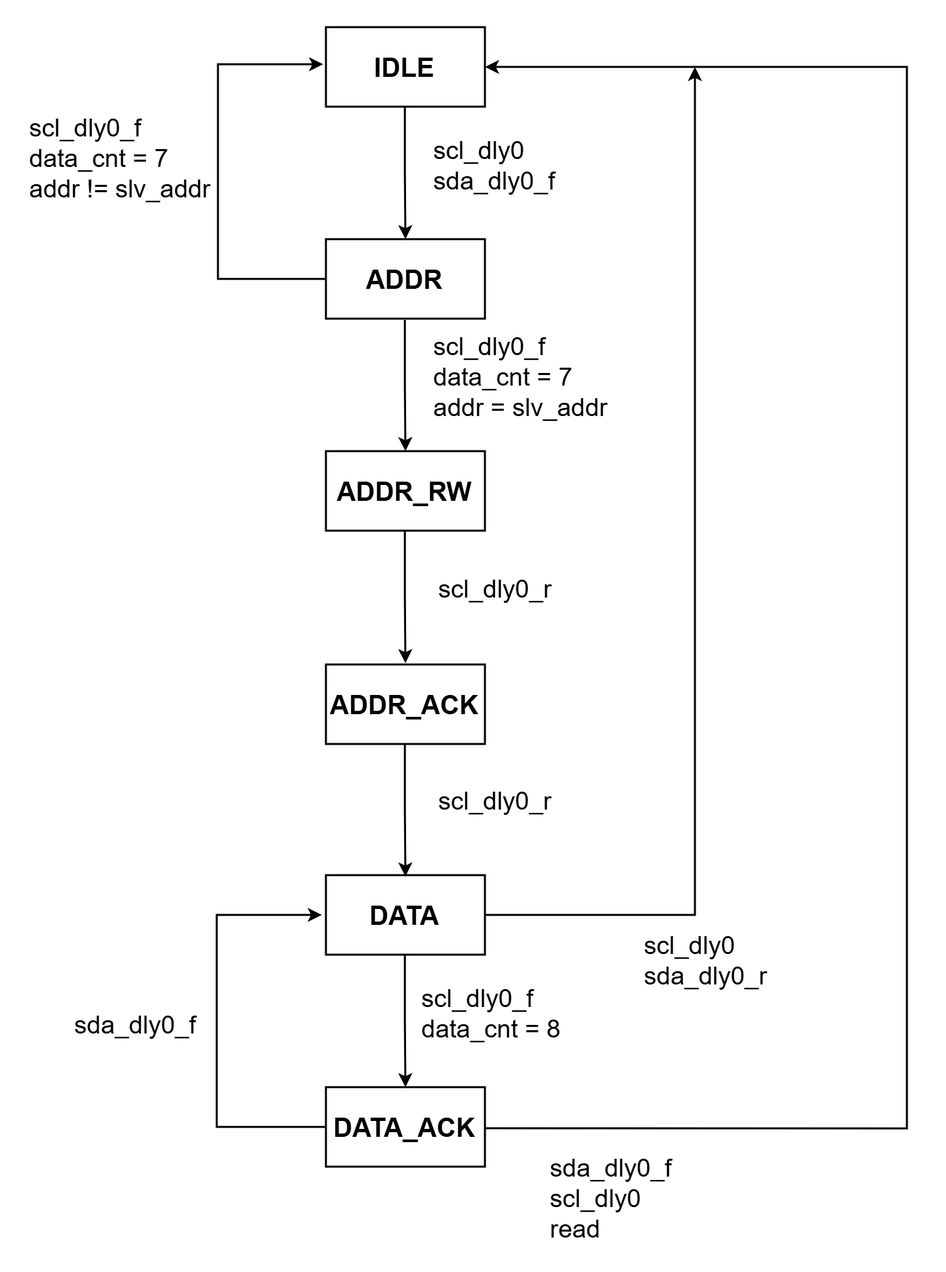
Above: images/i2c_slave_fsm.png in taeseong-dev/i2c-spi-rtl-design (draw.io), before the change. Source tidied: cells renumbered, new cells last; positions are measured from the earlier drawing's top-left corner, leaving out a move shared by most shapes.
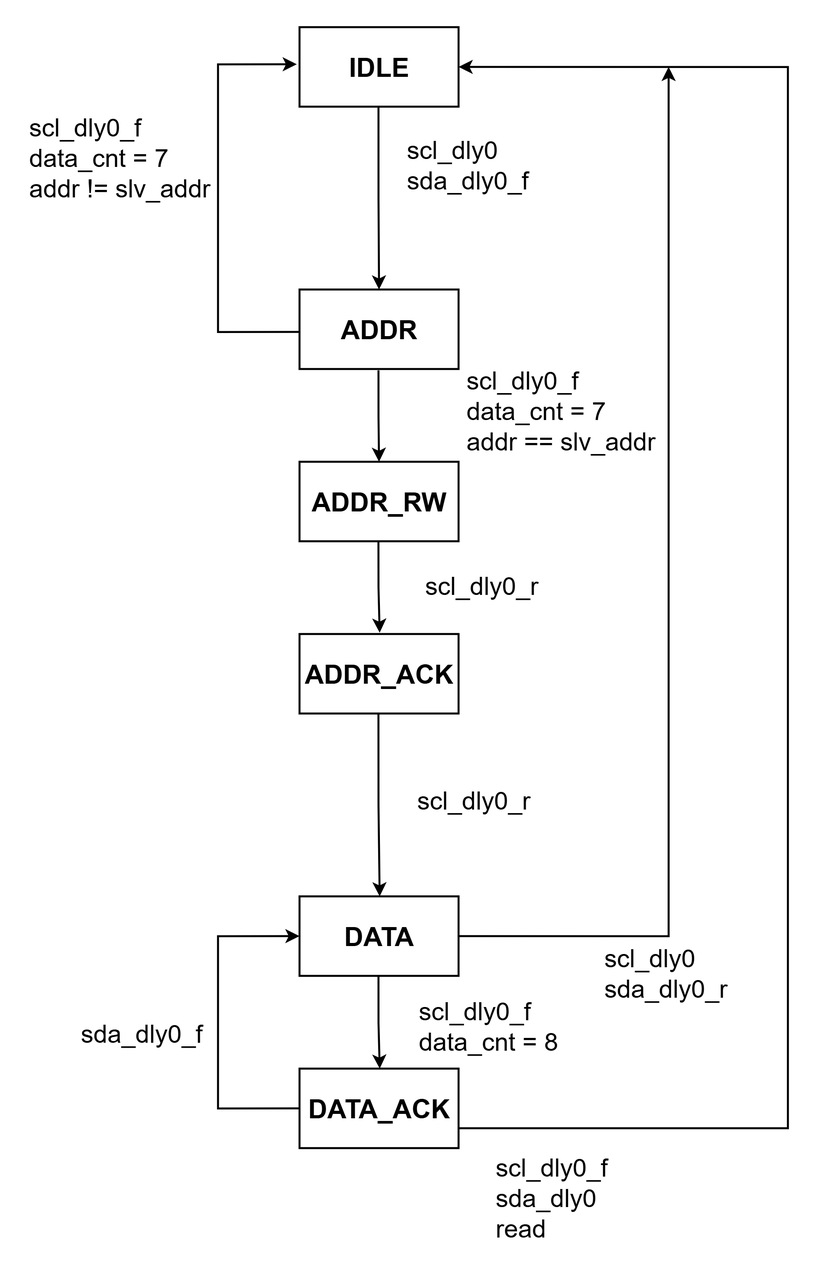
After the commit.

Diff of the diagram source:
```diff
@@ -6,19 +6,19 @@
       <mxGeometry x="225.5" width="120" height="60" as="geometry" />
     </mxCell>
     <mxCell id="3" value="ADDR" style="rounded=0;whiteSpace=wrap;html=1;strokeWidth=1.5;fontSize=20;fontStyle=1;" parent="1" vertex="1">
-      <mxGeometry x="225.5" y="160" width="120" height="60" as="geometry" />
+      <mxGeometry x="225.5" y="198" width="120" height="60" as="geometry" />
     </mxCell>
     <mxCell id="4" value="ADDR_RW" style="rounded=0;whiteSpace=wrap;html=1;strokeWidth=1.5;fontSize=20;fontStyle=1;" parent="1" vertex="1">
-      <mxGeometry x="225.5" y="320" width="120" height="60" as="geometry" />
+      <mxGeometry x="225.5" y="328" width="120" height="60" as="geometry" />
     </mxCell>
     <mxCell id="5" value="ADDR_ACK" style="rounded=0;whiteSpace=wrap;html=1;strokeWidth=1.5;fontSize=20;fontStyle=1;" parent="1" vertex="1">
-      <mxGeometry x="225.5" y="481" width="120" height="60" as="geometry" />
+      <mxGeometry x="225.5" y="458" width="120" height="60" as="geometry" />
     </mxCell>
     <mxCell id="6" value="DATA" style="rounded=0;whiteSpace=wrap;html=1;strokeWidth=1.5;fontSize=20;fontStyle=1;" parent="1" vertex="1">
-      <mxGeometry x="225.5" y="640" width="120" height="60" as="geometry" />
+      <mxGeometry x="225.5" y="656" width="120" height="60" as="geometry" />
     </mxCell>
     <mxCell id="7" value="DATA_ACK" style="rounded=0;whiteSpace=wrap;html=1;strokeWidth=1.5;fontSize=20;fontStyle=1;" parent="1" vertex="1">
-      <mxGeometry x="225.5" y="800" width="120" height="60" as="geometry" />
+      <mxGeometry x="225.5" y="786" width="120" height="60" as="geometry" />
     </mxCell>
     <mxCell id="8" style="edgeStyle=orthogonalEdgeStyle;rounded=0;jettySize=auto;html=1;strokeWidth=1.5;entryX=0.5;entryY=0;entryDx=0;entryDy=0;" parent="1" edge="1" target="3">
       <mxGeometry relative="1" as="geometry">
@@ -27,88 +27,89 @@
     </mxCell>
     <mxCell id="9" style="edgeStyle=orthogonalEdgeStyle;rounded=0;jettySize=auto;html=1;strokeWidth=1.5;entryX=0.5;entryY=0;entryDx=0;entryDy=0;" parent="1" edge="1" target="4">
       <mxGeometry relative="1" as="geometry">
-        <mxPoint x="285.1" y="221" as="sourcePoint" />
+        <mxPoint x="285.1" y="259" as="sourcePoint" />
       </mxGeometry>
     </mxCell>
-    <mxCell id="10" style="edgeStyle=orthogonalEdgeStyle;rounded=0;orthogonalLoop=1;jettySize=auto;html=1;strokeWidth=1.5;" parent="1" edge="1">
-      <mxGeometry relative="1" as="geometry">
-        <mxPoint x="285.1" y="380" as="sourcePoint" />
-        <mxPoint x="285.5" y="480" as="targetPoint" />
-      </mxGeometry>
+    <mxCell id="10" value="scl_dly0&lt;div&gt;sda_dly0_f&lt;/div&gt;" style="text;html=1;whiteSpace=wrap;strokeColor=none;fillColor=none;align=left;verticalAlign=middle;rounded=0;fontSize=19;" parent="1" vertex="1">
+      <mxGeometry x="305" y="90" width="89" height="30" as="geometry" />
     </mxCell>
-    <mxCell id="11" value="scl_dly0&lt;div&gt;sda_dly0_f&lt;/div&gt;" style="text;html=1;whiteSpace=wrap;strokeColor=none;fillColor=none;align=left;verticalAlign=middle;rounded=0;fontSize=19;" parent="1" vertex="1">
-      <mxGeometry x="305" y="90" width="89" height="30" as="geometry" />
+    <mxCell id="11" value="&lt;div&gt;scl_dly0_f&lt;/div&gt;data_cnt = 7&lt;div&gt;addr == slv_addr&lt;/div&gt;" style="text;html=1;whiteSpace=wrap;strokeColor=none;fillColor=none;align=left;verticalAlign=middle;rounded=0;fontSize=19;" parent="1" vertex="1">
+      <mxGeometry x="350" y="258" width="149" height="66" as="geometry" />
     </mxCell>
-    <mxCell id="12" value="&lt;div&gt;scl_dly0_f&lt;/div&gt;data_cnt = 7&lt;div&gt;addr = slv_addr&lt;/div&gt;" style="text;html=1;whiteSpace=wrap;strokeColor=none;fillColor=none;align=left;verticalAlign=middle;rounded=0;fontSize=19;" parent="1" vertex="1">
-      <mxGeometry x="305" y="232" width="149" height="66" as="geometry" />
+    <mxCell id="12" value="scl_dly0_r" style="text;html=1;whiteSpace=wrap;strokeColor=none;fillColor=none;align=center;verticalAlign=middle;rounded=0;fontSize=19;" parent="1" vertex="1">
+      <mxGeometry x="324" y="408" width="78.5" height="30" as="geometry" />
     </mxCell>
     <mxCell id="13" value="scl_dly0_r" style="text;html=1;whiteSpace=wrap;strokeColor=none;fillColor=none;align=center;verticalAlign=middle;rounded=0;fontSize=19;" parent="1" vertex="1">
-      <mxGeometry x="314" y="410" width="78.5" height="30" as="geometry" />
+      <mxGeometry x="314" y="570" width="86.9" height="30" as="geometry" />
     </mxCell>
-    <mxCell id="14" value="scl_dly0_r" style="text;html=1;whiteSpace=wrap;strokeColor=none;fillColor=none;align=center;verticalAlign=middle;rounded=0;fontSize=19;" parent="1" vertex="1">
-      <mxGeometry x="285.6" y="570" width="135.2" height="30" as="geometry" />
+    <mxCell id="14" value="&lt;div&gt;scl_dly0_f&lt;/div&gt;data_cnt = 8" style="text;html=1;whiteSpace=wrap;strokeColor=none;fillColor=none;align=left;verticalAlign=middle;rounded=0;fontSize=19;" parent="1" vertex="1">
+      <mxGeometry x="314" y="740" width="209" height="30" as="geometry" />
     </mxCell>
-    <mxCell id="15" value="&lt;div&gt;scl_dly0_f&lt;/div&gt;data_cnt = 8" style="text;html=1;whiteSpace=wrap;strokeColor=none;fillColor=none;align=left;verticalAlign=middle;rounded=0;fontSize=19;" parent="1" vertex="1">
-      <mxGeometry x="295.5" y="730" width="209" height="30" as="geometry" />
+    <mxCell id="15" style="edgeStyle=orthogonalEdgeStyle;rounded=0;orthogonalLoop=1;jettySize=auto;html=1;strokeWidth=1.5;" parent="1" edge="1">
+      <mxGeometry relative="1" as="geometry">
+        <mxPoint x="226" y="230" as="sourcePoint" />
+        <mxPoint x="223.4" y="28" as="targetPoint" />
+        <Array as="points">
+          <mxPoint x="225" y="230" />
+          <mxPoint x="164" y="230" />
+          <mxPoint x="164" y="28" />
+        </Array>
+      </mxGeometry>
     </mxCell>
-    <mxCell id="16" style="edgeStyle=orthogonalEdgeStyle;rounded=0;jettySize=auto;html=1;exitX=0;exitY=0.5;exitDx=0;exitDy=0;strokeWidth=1.5;" parent="1" edge="1" source="3">
+    <mxCell id="16" style="edgeStyle=orthogonalEdgeStyle;rounded=0;orthogonalLoop=1;jettySize=auto;html=1;strokeWidth=1.5;" parent="1" edge="1">
       <mxGeometry relative="1" as="geometry">
-        <mxPoint x="223.4" y="28" as="targetPoint" />
-        <Array as="points">
-          <mxPoint x="144" y="190" />
-          <mxPoint x="144" y="28" />
-        </Array>
+        <mxPoint x="285.1" y="716" as="sourcePoint" />
+        <mxPoint x="286" y="786" as="targetPoint" />
       </mxGeometry>
     </mxCell>
-    <mxCell id="17" style="edgeStyle=orthogonalEdgeStyle;rounded=0;orthogonalLoop=1;jettySize=auto;html=1;strokeWidth=1.5;" parent="1" edge="1">
-      <mxGeometry relative="1" as="geometry">
-        <mxPoint x="285.1" y="541" as="sourcePoint" />
-        <mxPoint x="285.5" y="641" as="targetPoint" />
-      </mxGeometry>
+    <mxCell id="17" value="&lt;div&gt;scl_dly0_f&lt;/div&gt;data_cnt = 7&lt;div&gt;addr != slv_addr&lt;/div&gt;" style="text;html=1;whiteSpace=wrap;strokeColor=none;fillColor=none;align=left;verticalAlign=middle;rounded=0;fontSize=19;" parent="1" vertex="1">
+      <mxGeometry x="19.5" y="67" width="164.5" height="66" as="geometry" />
     </mxCell>
-    <mxCell id="18" style="edgeStyle=orthogonalEdgeStyle;rounded=0;orthogonalLoop=1;jettySize=auto;html=1;strokeWidth=1.5;" parent="1" edge="1">
+    <mxCell id="18" style="edgeStyle=orthogonalEdgeStyle;rounded=0;jettySize=auto;html=1;strokeWidth=1.5;exitX=1;exitY=0.5;exitDx=0;exitDy=0;" parent="1" edge="1" source="6">
       <mxGeometry relative="1" as="geometry">
-        <mxPoint x="285.1" y="700" as="sourcePoint" />
-        <mxPoint x="285.5" y="800" as="targetPoint" />
+        <mxPoint x="504" y="30" as="targetPoint" />
+        <Array as="points">
+          <mxPoint x="504" y="686" />
+        </Array>
       </mxGeometry>
     </mxCell>
-    <mxCell id="19" value="&lt;div&gt;scl_dly0_f&lt;/div&gt;data_cnt = 7&lt;div&gt;addr != slv_addr&lt;/div&gt;" style="text;html=1;whiteSpace=wrap;strokeColor=none;fillColor=none;align=left;verticalAlign=middle;rounded=0;fontSize=19;" parent="1" vertex="1">
-      <mxGeometry x="-0.5" y="67" width="164.5" height="66" as="geometry" />
+    <mxCell id="19" value="scl_dly0&lt;div&gt;sda_dly0_r&lt;/div&gt;" style="text;html=1;whiteSpace=wrap;strokeColor=none;fillColor=none;align=left;verticalAlign=middle;rounded=0;fontSize=19;" parent="1" vertex="1">
+      <mxGeometry x="454" y="700" width="100" height="30" as="geometry" />
     </mxCell>
-    <mxCell id="20" style="edgeStyle=orthogonalEdgeStyle;rounded=0;jettySize=auto;html=1;strokeWidth=1.5;exitX=1;exitY=0.5;exitDx=0;exitDy=0;" parent="1" edge="1" source="6">
+    <mxCell id="20" style="edgeStyle=orthogonalEdgeStyle;rounded=0;jettySize=auto;html=1;exitX=0;exitY=0.5;exitDx=0;exitDy=0;strokeWidth=1.5;entryX=0;entryY=0.5;entryDx=0;entryDy=0;" parent="1" edge="1" source="7" target="6">
       <mxGeometry relative="1" as="geometry">
-        <mxPoint x="504" y="30" as="targetPoint" />
         <Array as="points">
-          <mxPoint x="504" y="670" />
+          <mxPoint x="164" y="816" />
+          <mxPoint x="164" y="686" />
         </Array>
       </mxGeometry>
     </mxCell>
-    <mxCell id="21" value="scl_dly0&lt;div&gt;sda_dly0_r&lt;/div&gt;" style="text;html=1;whiteSpace=wrap;strokeColor=none;fillColor=none;align=left;verticalAlign=middle;rounded=0;fontSize=19;" parent="1" vertex="1">
-      <mxGeometry x="464" y="690" width="100" height="30" as="geometry" />
+    <mxCell id="21" style="edgeStyle=orthogonalEdgeStyle;rounded=0;jettySize=auto;html=1;strokeWidth=1.5;exitX=1;exitY=0.5;exitDx=0;exitDy=0;entryX=1;entryY=0.5;entryDx=0;entryDy=0;" parent="1" edge="1" target="2">
+      <mxGeometry relative="1" as="geometry">
+        <mxPoint x="345.5" y="831" as="sourcePoint" />
+        <Array as="points">
+          <mxPoint x="594" y="831" />
+          <mxPoint x="594" y="30" />
+        </Array>
+      </mxGeometry>
     </mxCell>
-    <mxCell id="22" style="edgeStyle=orthogonalEdgeStyle;rounded=0;jettySize=auto;html=1;exitX=0;exitY=0.5;exitDx=0;exitDy=0;strokeWidth=1.5;" parent="1" edge="1" source="7">
-      <mxGeometry relative="1" as="geometry">
-        <mxPoint x="222.4" y="670" as="targetPoint" />
-        <Array as="points">
-          <mxPoint x="143" y="830" />
-          <mxPoint x="143" y="670" />
-        </Array>
-      </mxGeometry>
+    <mxCell id="22" value="&lt;div&gt;scl_dly0_f&lt;/div&gt;sda_dly0&lt;div&gt;read&lt;/div&gt;" style="text;html=1;whiteSpace=wrap;strokeColor=none;fillColor=none;align=left;verticalAlign=middle;rounded=0;fontSize=19;" parent="1" vertex="1">
+      <mxGeometry x="372.5" y="870" width="111.5" height="30" as="geometry" />
     </mxCell>
-    <mxCell id="23" style="edgeStyle=orthogonalEdgeStyle;rounded=0;jettySize=auto;html=1;strokeWidth=1.5;exitX=1;exitY=0.5;exitDx=0;exitDy=0;entryX=1;entryY=0.5;entryDx=0;entryDy=0;" parent="1" edge="1" target="2">
-      <mxGeometry relative="1" as="geometry">
-        <mxPoint x="345.5" y="831" as="sourcePoint" />
-        <Array as="points">
-          <mxPoint x="664" y="831" />
-          <mxPoint x="664" y="30" />
-        </Array>
-      </mxGeometry>
+    <mxCell id="23" value="&lt;div&gt;sda_dly0_f&lt;/div&gt;" style="text;html=1;whiteSpace=wrap;strokeColor=none;fillColor=none;align=left;verticalAlign=middle;rounded=0;fontSize=19;" parent="1" vertex="1">
+      <mxGeometry x="59" y="746" width="130" height="30" as="geometry" />
     </mxCell>
-    <mxCell id="24" value="&lt;div&gt;sda_dly0_f&lt;/div&gt;scl_dly0&lt;div&gt;read&lt;/div&gt;" style="text;html=1;whiteSpace=wrap;strokeColor=none;fillColor=none;align=left;verticalAlign=middle;rounded=0;fontSize=19;" parent="1" vertex="1">
-      <mxGeometry x="392.5" y="870" width="111.5" height="30" as="geometry" />
+    <mxCell id="24" style="edgeStyle=orthogonalEdgeStyle;rounded=0;orthogonalLoop=1;jettySize=auto;html=1;strokeWidth=1.5;entryX=0.5;entryY=0;entryDx=0;entryDy=0;" parent="1" edge="1">
+      <mxGeometry relative="1" as="geometry">
+        <mxPoint x="285" y="388" as="sourcePoint" />
+        <mxPoint x="286" y="457" as="targetPoint" />
+      </mxGeometry>
     </mxCell>
-    <mxCell id="25" value="&lt;div&gt;sda_dly0_f&lt;/div&gt;" style="text;html=1;whiteSpace=wrap;strokeColor=none;fillColor=none;align=left;verticalAlign=middle;rounded=0;fontSize=19;" parent="1" vertex="1">
-      <mxGeometry x="34" y="739" width="130" height="30" as="geometry" />
+    <mxCell id="25" style="edgeStyle=orthogonalEdgeStyle;rounded=0;orthogonalLoop=1;jettySize=auto;html=1;strokeWidth=1.5;entryX=0.5;entryY=0;entryDx=0;entryDy=0;" parent="1" edge="1">
+      <mxGeometry relative="1" as="geometry">
+        <mxPoint x="285" y="518" as="sourcePoint" />
+        <mxPoint x="286" y="656" as="targetPoint" />
+      </mxGeometry>
     </mxCell>
   </root>
 </mxGraphModel>
```
